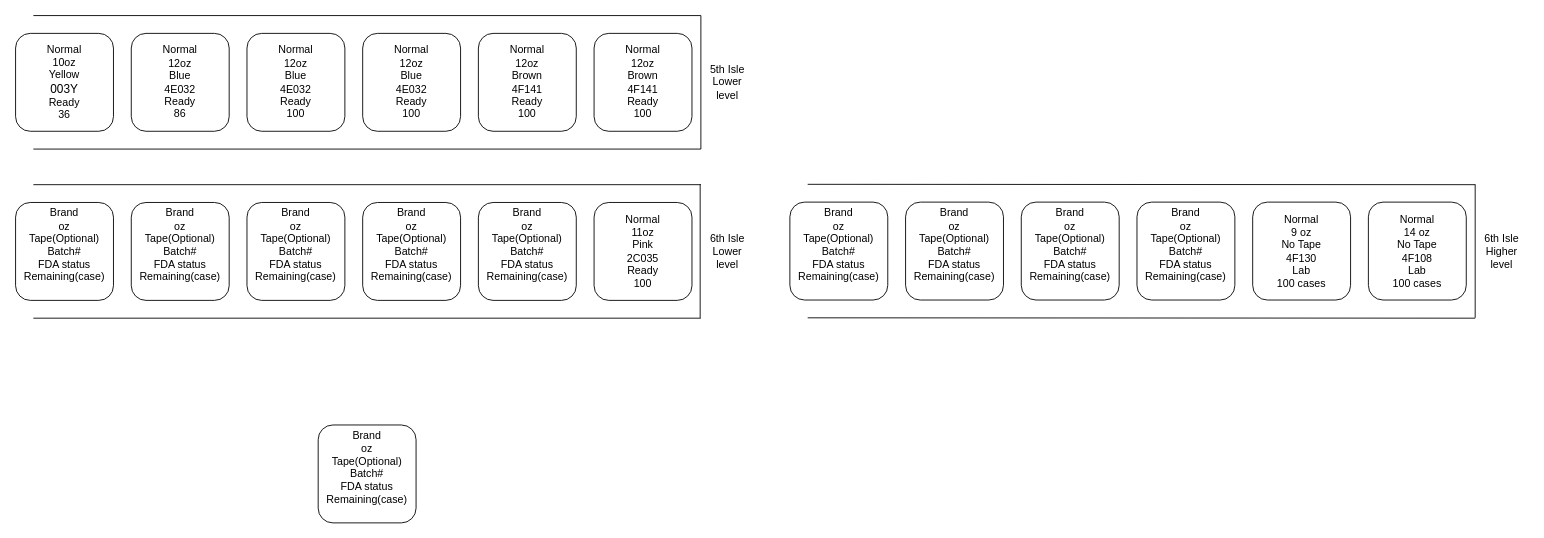
This is warehouse_layout_tmp/warehouse_layout.drawio from honchingli/Fall2025-Spring2026, a draw.io file, before an edit. Source tidied: cells renumbered, new cells numbered last; positions are measured from the earlier drawing's top-left corner, leaving out a move shared by most shapes. Both pictures are drawn from the tidied source at 89%, with x=0, y=0 at pixel (15, 15).
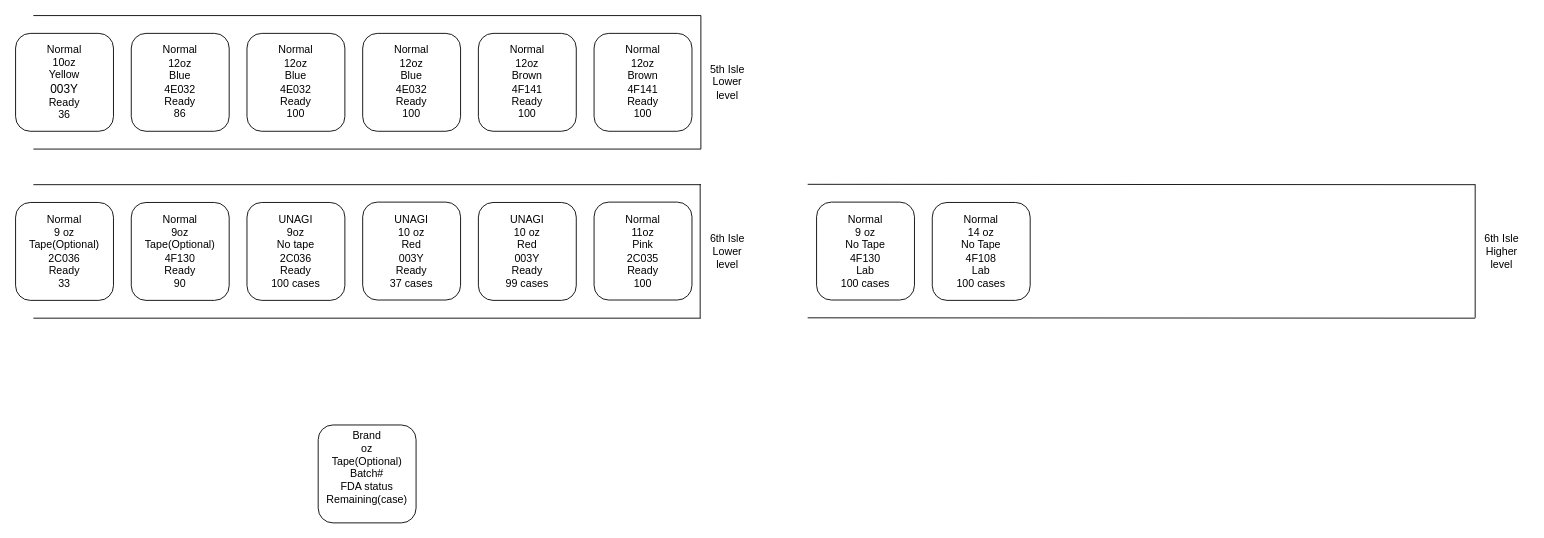
After the change.

The edit, as a diff of the source:
```diff
@@
     <mxCell id="5" value="Normal&lt;div&gt;11oz&lt;/div&gt;&lt;div&gt;&lt;span style=&quot;background-color: transparent;&quot;&gt;Pink&lt;/span&gt;&lt;/div&gt;&lt;div&gt;&lt;span style=&quot;background-color: transparent; color: light-dark(rgb(0, 0, 0), rgb(255, 255, 255));&quot;&gt;2C035&lt;/span&gt;&lt;/div&gt;&lt;div&gt;&lt;span style=&quot;background-color: transparent; color: light-dark(rgb(0, 0, 0), rgb(255, 255, 255));&quot;&gt;Ready&lt;/span&gt;&lt;/div&gt;&lt;div&gt;100&lt;/div&gt;" style="rounded=1;whiteSpace=wrap;html=1;" parent="1" vertex="1">
-      <mxGeometry x="650" y="210" width="110" height="110" as="geometry" />
+      <mxGeometry x="650" y="209.6" width="110" height="110" as="geometry" />
     </mxCell>
-    <mxCell id="6" value="Brand&lt;div&gt;oz&lt;/div&gt;&lt;div&gt;Tape(Optional)&lt;/div&gt;&lt;div&gt;Batch#&lt;/div&gt;&lt;div&gt;FDA status&lt;/div&gt;&lt;div&gt;Remaining(case)&lt;/div&gt;&lt;div&gt;&lt;br&gt;&lt;/div&gt;" style="rounded=1;whiteSpace=wrap;html=1;" parent="1" vertex="1">
+    <mxCell id="6" value="&lt;div&gt;UNAGI&lt;/div&gt;&lt;div&gt;10 oz&lt;/div&gt;&lt;div&gt;&lt;span style=&quot;background-color: transparent; color: light-dark(rgb(0, 0, 0), rgb(255, 255, 255));&quot;&gt;Red&lt;/span&gt;&lt;/div&gt;&lt;div&gt;&lt;span style=&quot;background-color: transparent; color: light-dark(rgb(0, 0, 0), rgb(255, 255, 255));&quot;&gt;003Y&lt;/span&gt;&lt;/div&gt;&lt;div&gt;&lt;span style=&quot;background-color: transparent; color: light-dark(rgb(0, 0, 0), rgb(255, 255, 255));&quot;&gt;Ready&lt;/span&gt;&lt;/div&gt;&lt;div&gt;99 cases&lt;/div&gt;" style="rounded=1;whiteSpace=wrap;html=1;" parent="1" vertex="1">
       <mxGeometry x="520" y="210" width="110" height="110" as="geometry" />
     </mxCell>
-    <mxCell id="7" value="Brand&lt;div&gt;oz&lt;/div&gt;&lt;div&gt;Tape(Optional)&lt;/div&gt;&lt;div&gt;Batch#&lt;/div&gt;&lt;div&gt;FDA status&lt;/div&gt;&lt;div&gt;Remaining(case)&lt;/div&gt;&lt;div&gt;&lt;br&gt;&lt;/div&gt;" style="rounded=1;whiteSpace=wrap;html=1;" parent="1" vertex="1">
-      <mxGeometry x="390" y="210" width="110" height="110" as="geometry" />
-    </mxCell>
-    <mxCell id="8" value="Brand&lt;div&gt;oz&lt;/div&gt;&lt;div&gt;Tape(Optional)&lt;/div&gt;&lt;div&gt;Batch#&lt;/div&gt;&lt;div&gt;FDA status&lt;/div&gt;&lt;div&gt;Remaining(case)&lt;/div&gt;&lt;div&gt;&lt;br&gt;&lt;/div&gt;" style="rounded=1;whiteSpace=wrap;html=1;" parent="1" vertex="1">
+    <mxCell id="8" value="&lt;div&gt;UNAGI&lt;/div&gt;&lt;div&gt;9oz&lt;/div&gt;&lt;div&gt;&lt;span style=&quot;background-color: transparent; color: light-dark(rgb(0, 0, 0), rgb(255, 255, 255));&quot;&gt;No tape&lt;/span&gt;&lt;/div&gt;&lt;div&gt;&lt;span style=&quot;background-color: transparent; color: light-dark(rgb(0, 0, 0), rgb(255, 255, 255));&quot;&gt;2C036&lt;/span&gt;&lt;/div&gt;&lt;div&gt;&lt;span style=&quot;background-color: transparent; color: light-dark(rgb(0, 0, 0), rgb(255, 255, 255));&quot;&gt;Ready&lt;/span&gt;&lt;/div&gt;&lt;div&gt;&lt;span style=&quot;background-color: transparent; color: light-dark(rgb(0, 0, 0), rgb(255, 255, 255));&quot;&gt;100 cases&lt;/span&gt;&lt;/div&gt;" style="rounded=1;whiteSpace=wrap;html=1;" parent="1" vertex="1">
       <mxGeometry x="260" y="210" width="110" height="110" as="geometry" />
     </mxCell>
-    <mxCell id="9" value="Brand&lt;div&gt;oz&lt;/div&gt;&lt;div&gt;Tape(Optional)&lt;/div&gt;&lt;div&gt;Batch#&lt;/div&gt;&lt;div&gt;FDA status&lt;/div&gt;&lt;div&gt;Remaining(case)&lt;/div&gt;&lt;div&gt;&lt;br&gt;&lt;/div&gt;" style="rounded=1;whiteSpace=wrap;html=1;" parent="1" vertex="1">
+    <mxCell id="9" value="Normal&lt;div&gt;9oz&lt;/div&gt;&lt;div&gt;Tape(Optional)&lt;/div&gt;&lt;div&gt;&lt;span style=&quot;background-color: transparent;&quot;&gt;4F130&lt;/span&gt;&lt;/div&gt;&lt;div&gt;&lt;span style=&quot;background-color: transparent; color: light-dark(rgb(0, 0, 0), rgb(255, 255, 255));&quot;&gt;Ready&lt;/span&gt;&lt;/div&gt;&lt;div&gt;90&lt;/div&gt;" style="rounded=1;whiteSpace=wrap;html=1;" parent="1" vertex="1">
       <mxGeometry x="130" y="210" width="110" height="110" as="geometry" />
     </mxCell>
-    <mxCell id="10" value="Brand&lt;div&gt;oz&lt;/div&gt;&lt;div&gt;Tape(Optional)&lt;/div&gt;&lt;div&gt;Batch#&lt;/div&gt;&lt;div&gt;FDA status&lt;/div&gt;&lt;div&gt;Remaining(case)&lt;/div&gt;&lt;div&gt;&lt;br&gt;&lt;/div&gt;" style="rounded=1;whiteSpace=wrap;html=1;" parent="1" vertex="1">
+    <mxCell id="10" value="Normal&lt;div&gt;9 oz&lt;/div&gt;&lt;div&gt;Tape(Optional)&lt;/div&gt;&lt;div&gt;&lt;span style=&quot;background-color: transparent;&quot;&gt;2C036&lt;/span&gt;&lt;/div&gt;&lt;div&gt;&lt;span style=&quot;background-color: transparent; color: light-dark(rgb(0, 0, 0), rgb(255, 255, 255));&quot;&gt;Ready&lt;/span&gt;&lt;/div&gt;&lt;div&gt;33&lt;/div&gt;" style="rounded=1;whiteSpace=wrap;html=1;" parent="1" vertex="1">
       <mxGeometry y="210" width="110" height="110" as="geometry" />
     </mxCell>
@@
     <mxCell id="14" value="Normal&lt;div&gt;&lt;div&gt;14 oz&lt;/div&gt;&lt;div&gt;&lt;span style=&quot;background-color: transparent;&quot;&gt;No Tape&lt;/span&gt;&lt;/div&gt;&lt;div&gt;&lt;span style=&quot;background-color: transparent; color: light-dark(rgb(0, 0, 0), rgb(255, 255, 255));&quot;&gt;4F108&lt;/span&gt;&lt;/div&gt;&lt;div&gt;&lt;span style=&quot;background-color: transparent; color: light-dark(rgb(0, 0, 0), rgb(255, 255, 255));&quot;&gt;Lab&lt;/span&gt;&lt;/div&gt;&lt;div&gt;100 cases&lt;/div&gt;&lt;/div&gt;" style="rounded=1;whiteSpace=wrap;html=1;" parent="1" vertex="1">
-      <mxGeometry x="1520" y="209.6" width="110" height="110" as="geometry" />
+      <mxGeometry x="1030" y="210" width="110" height="110" as="geometry" />
     </mxCell>
     <mxCell id="15" value="&lt;div&gt;Normal&lt;/div&gt;&lt;div&gt;9 oz&lt;/div&gt;&lt;div&gt;&lt;span style=&quot;background-color: transparent;&quot;&gt;No Tape&lt;/span&gt;&lt;/div&gt;&lt;div&gt;&lt;span style=&quot;background-color: transparent;&quot;&gt;4F130&lt;/span&gt;&lt;/div&gt;&lt;div&gt;&lt;span style=&quot;background-color: transparent; color: light-dark(rgb(0, 0, 0), rgb(255, 255, 255));&quot;&gt;Lab&lt;/span&gt;&lt;/div&gt;&lt;div&gt;100 cases&lt;/div&gt;" style="rounded=1;whiteSpace=wrap;html=1;" parent="1" vertex="1">
-      <mxGeometry x="1390" y="209.6" width="110" height="110" as="geometry" />
+      <mxGeometry x="900" y="209.6" width="110" height="110" as="geometry" />
     </mxCell>
-    <mxCell id="16" value="Brand&lt;div&gt;oz&lt;/div&gt;&lt;div&gt;Tape(Optional)&lt;/div&gt;&lt;div&gt;Batch#&lt;/div&gt;&lt;div&gt;FDA status&lt;/div&gt;&lt;div&gt;Remaining(case)&lt;/div&gt;&lt;div&gt;&lt;br&gt;&lt;/div&gt;" style="rounded=1;whiteSpace=wrap;html=1;" parent="1" vertex="1">
-      <mxGeometry x="1260" y="209.6" width="110" height="110" as="geometry" />
-    </mxCell>
-    <mxCell id="17" value="Brand&lt;div&gt;oz&lt;/div&gt;&lt;div&gt;Tape(Optional)&lt;/div&gt;&lt;div&gt;Batch#&lt;/div&gt;&lt;div&gt;FDA status&lt;/div&gt;&lt;div&gt;Remaining(case)&lt;/div&gt;&lt;div&gt;&lt;br&gt;&lt;/div&gt;" style="rounded=1;whiteSpace=wrap;html=1;" parent="1" vertex="1">
-      <mxGeometry x="1130" y="209.6" width="110" height="110" as="geometry" />
-    </mxCell>
-    <mxCell id="18" value="Brand&lt;div&gt;oz&lt;/div&gt;&lt;div&gt;Tape(Optional)&lt;/div&gt;&lt;div&gt;Batch#&lt;/div&gt;&lt;div&gt;FDA status&lt;/div&gt;&lt;div&gt;Remaining(case)&lt;/div&gt;&lt;div&gt;&lt;br&gt;&lt;/div&gt;" style="rounded=1;whiteSpace=wrap;html=1;" parent="1" vertex="1">
-      <mxGeometry x="1000" y="209.6" width="110" height="110" as="geometry" />
-    </mxCell>
-    <mxCell id="19" value="Brand&lt;div&gt;oz&lt;/div&gt;&lt;div&gt;Tape(Optional)&lt;/div&gt;&lt;div&gt;Batch#&lt;/div&gt;&lt;div&gt;FDA status&lt;/div&gt;&lt;div&gt;Remaining(case)&lt;/div&gt;&lt;div&gt;&lt;br&gt;&lt;/div&gt;" style="rounded=1;whiteSpace=wrap;html=1;" parent="1" vertex="1">
-      <mxGeometry x="870" y="209.6" width="110" height="110" as="geometry" />
-    </mxCell>
@@
+    <mxCell id="33" value="&lt;div&gt;UNAGI&lt;/div&gt;&lt;div&gt;10 oz&lt;/div&gt;&lt;div&gt;&lt;span style=&quot;background-color: transparent; color: light-dark(rgb(0, 0, 0), rgb(255, 255, 255));&quot;&gt;Red&lt;/span&gt;&lt;/div&gt;&lt;div&gt;&lt;span style=&quot;background-color: transparent; color: light-dark(rgb(0, 0, 0), rgb(255, 255, 255));&quot;&gt;003Y&lt;/span&gt;&lt;/div&gt;&lt;div&gt;&lt;span style=&quot;background-color: transparent; color: light-dark(rgb(0, 0, 0), rgb(255, 255, 255));&quot;&gt;Ready&lt;/span&gt;&lt;/div&gt;&lt;div&gt;37 cases&lt;/div&gt;" style="rounded=1;whiteSpace=wrap;html=1;" parent="1" vertex="1">
+      <mxGeometry x="390" y="209.6" width="110" height="110" as="geometry" />
+    </mxCell>
```
